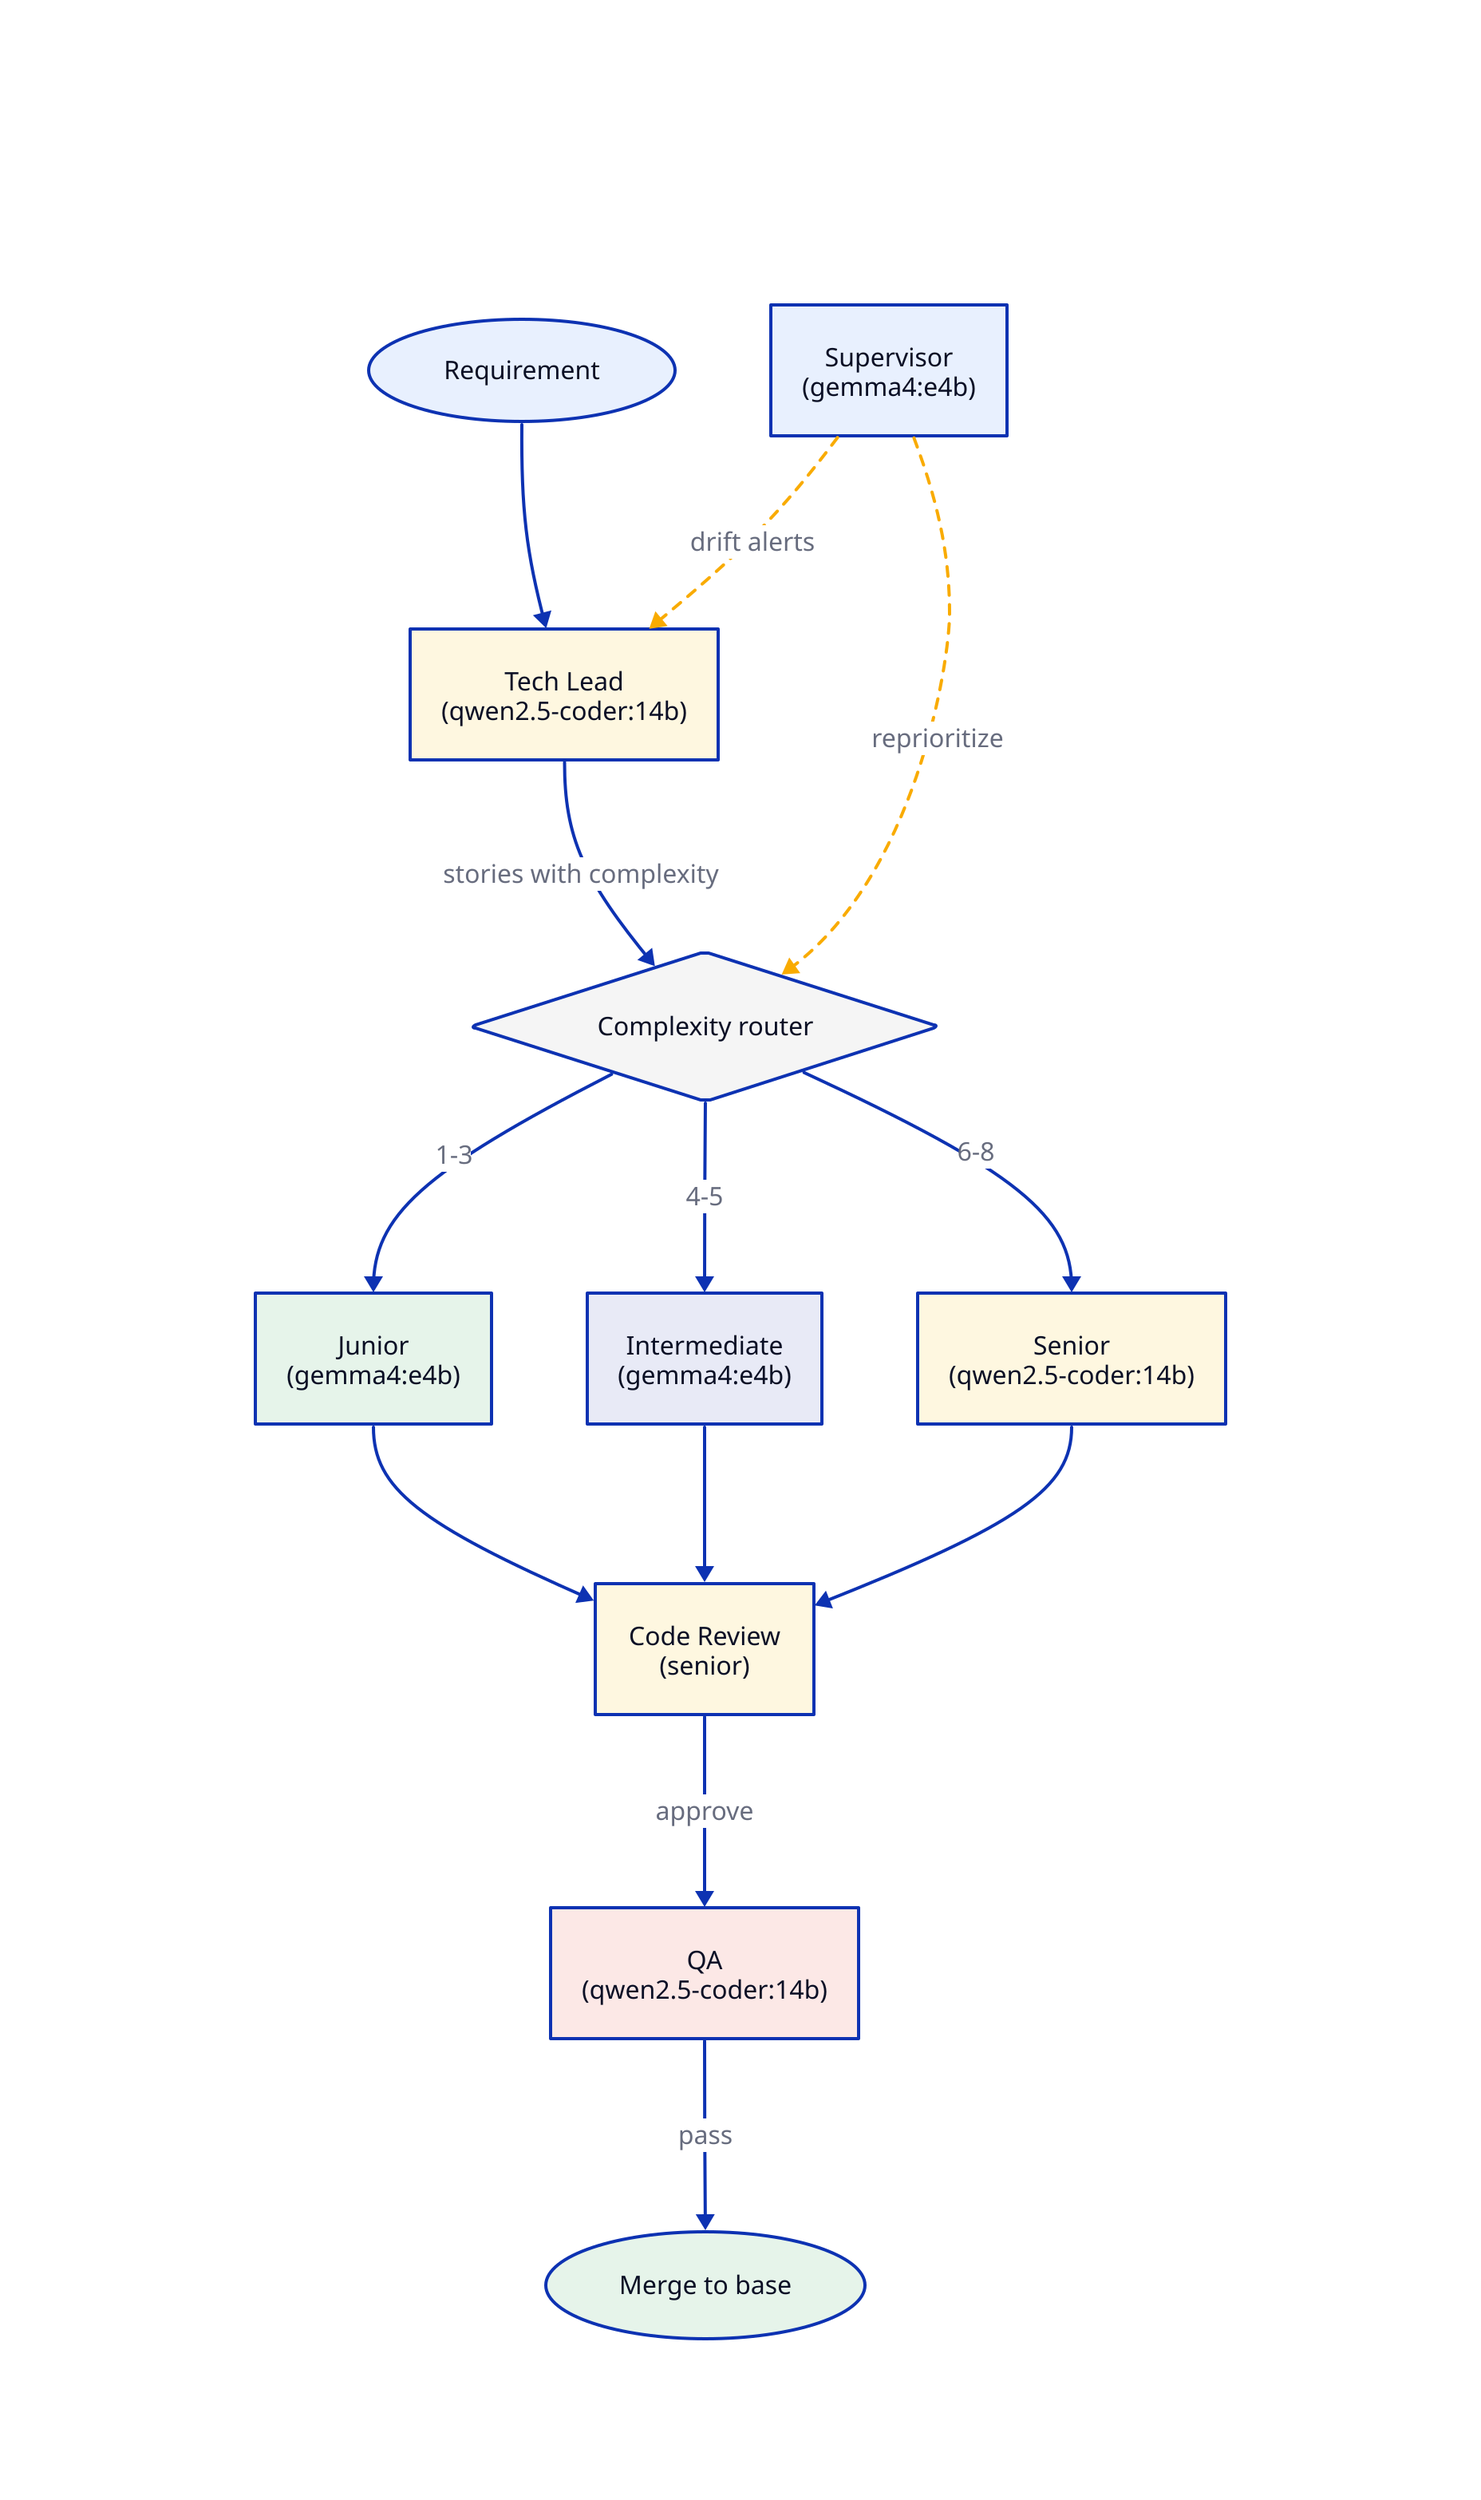
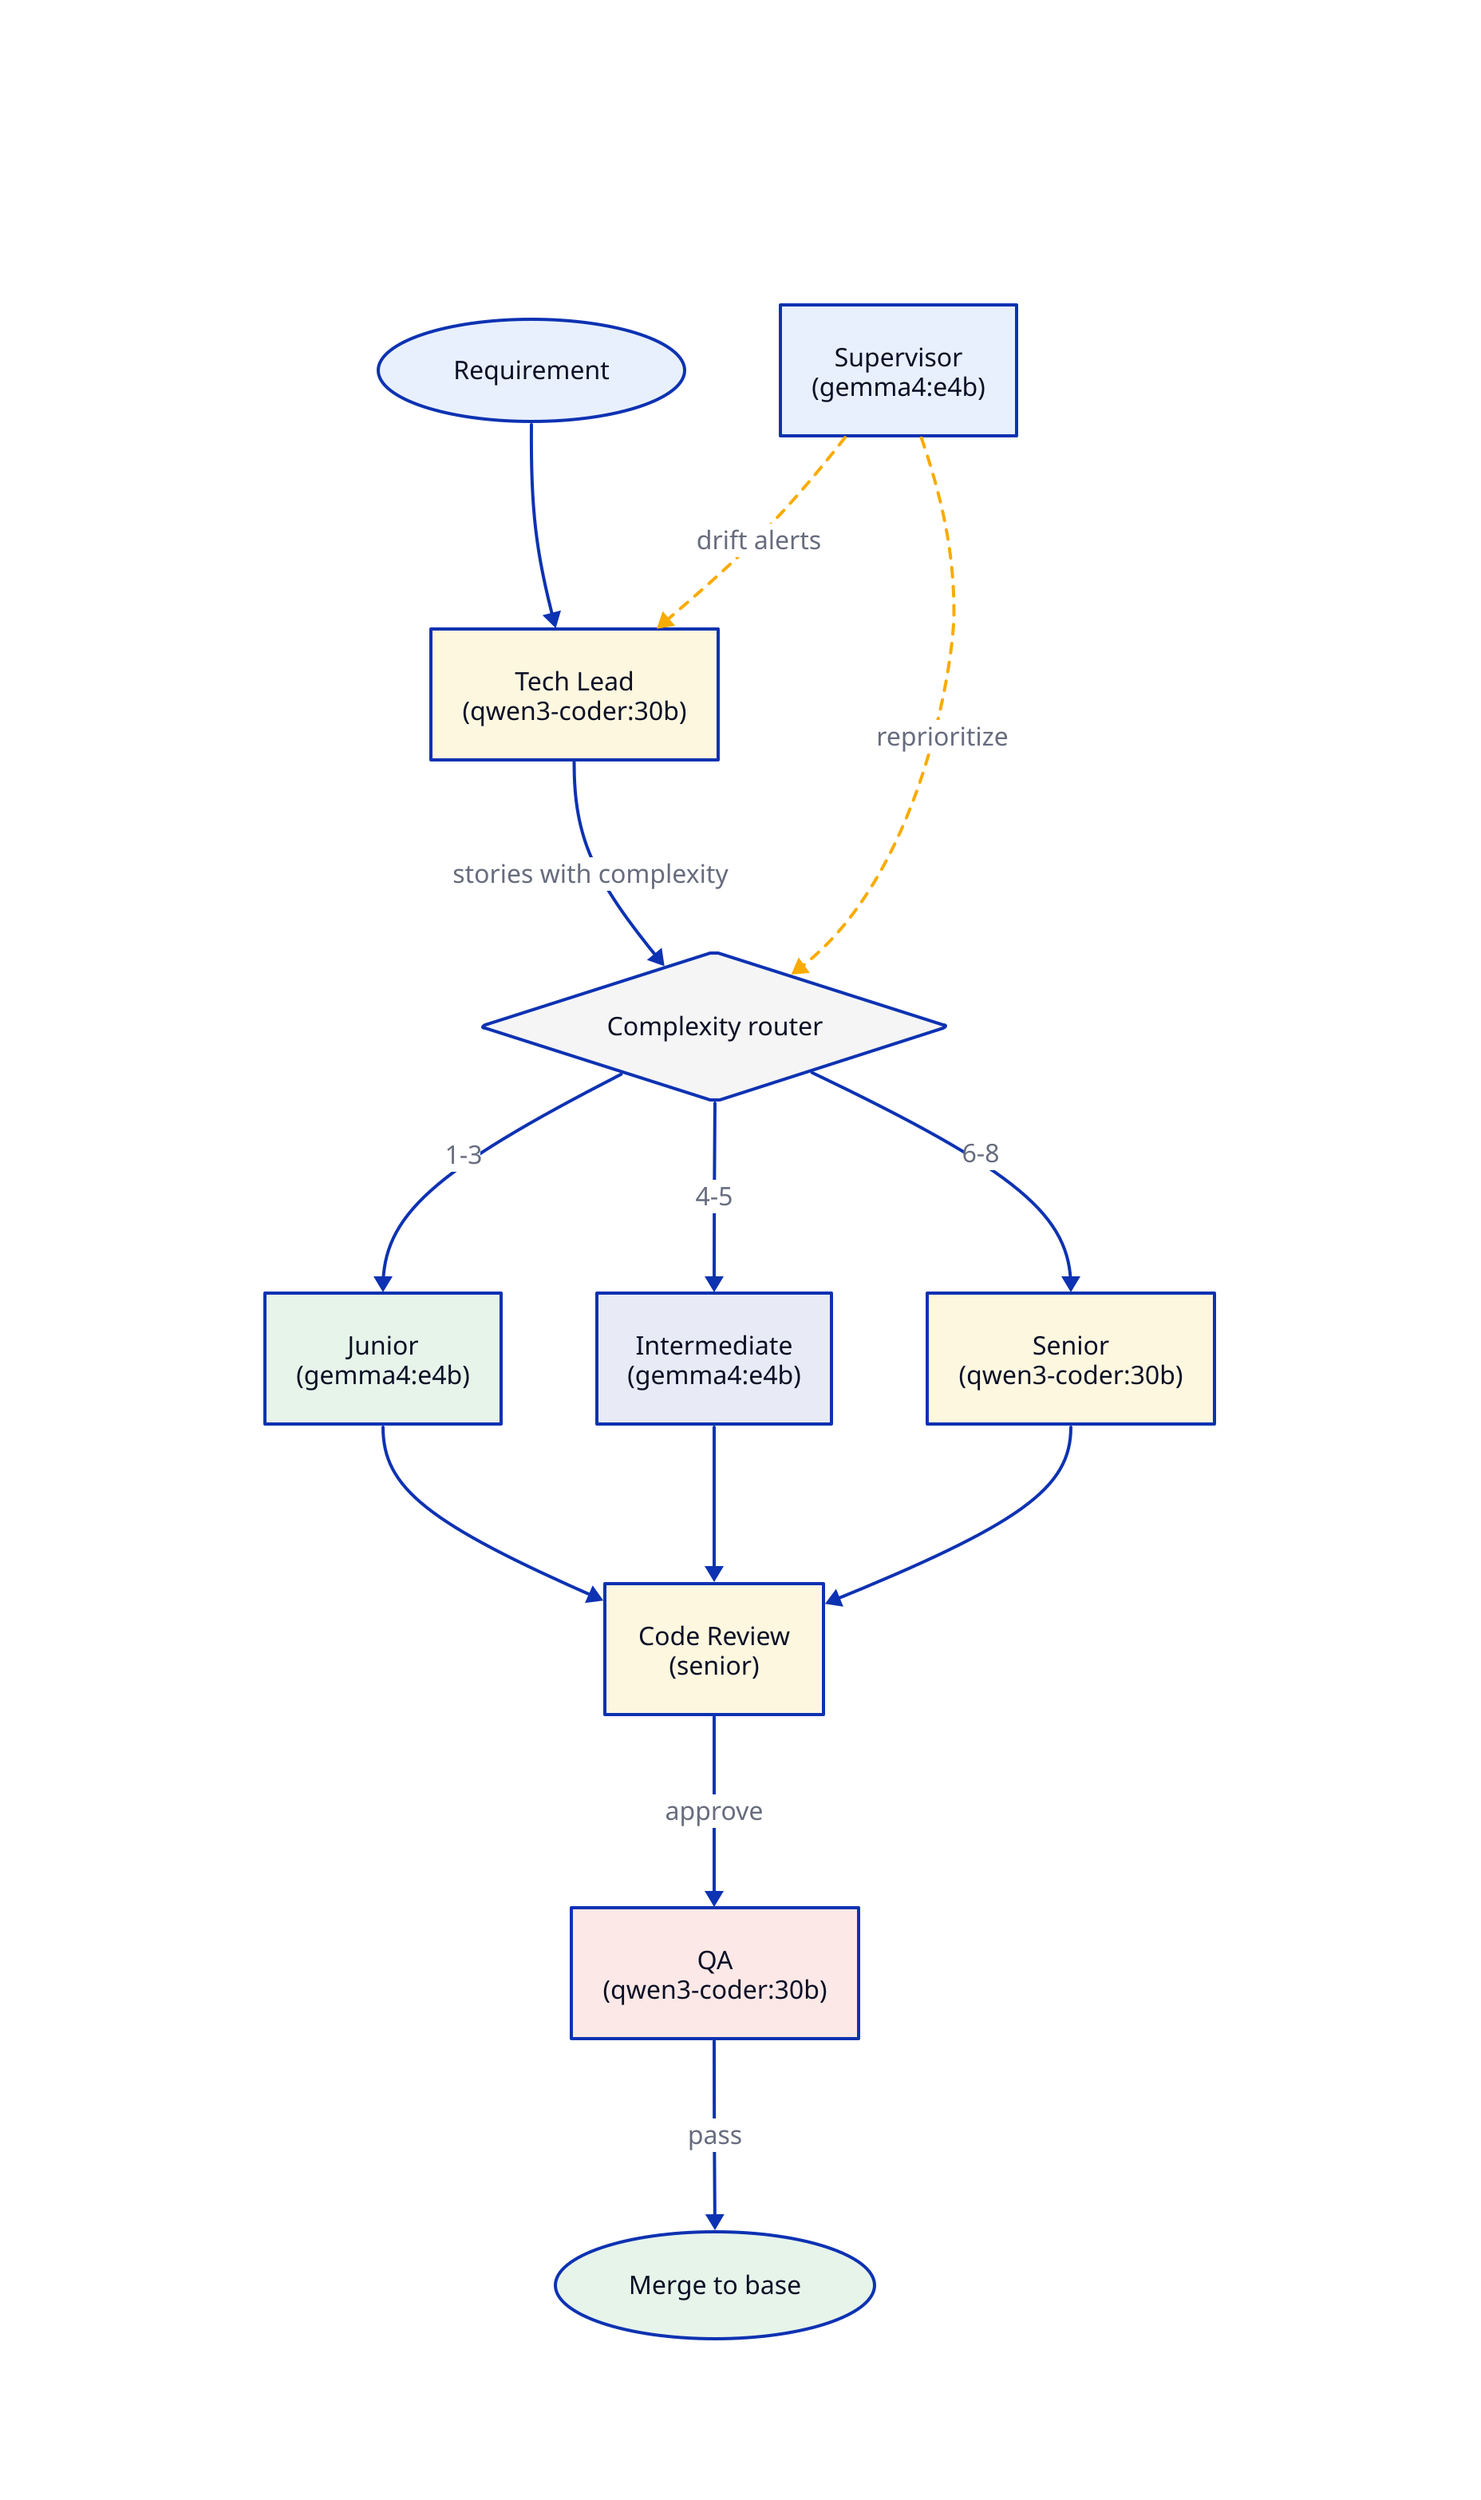
direction: down

title: |md
  # Agent Hierarchy & Complexity Routing
| {near: top-center; style.font-size: 22; style.bold: true}

req: Requirement {
  shape: oval
  style.fill: "#e8f0fe"
}

- tl: Tech Lead\n(qwen2.5-coder:14b) {
+ tl: Tech Lead\n(qwen3-coder:30b) {
  style.fill: "#fef7e0"
  style.stroke-width: 2
  desc: |md
    Decompose
    Score complexity
    Build DAG
  |
}

router: Complexity router {
  shape: diamond
  style.fill: "#f5f5f5"
}

junior: Junior\n(gemma4:e4b) {
  style.fill: "#e6f4ea"
  desc: |md
    Complexity 1-3
    "Trivial tasks"
  |
}

intermediate: Intermediate\n(gemma4:e4b) {
  style.fill: "#e8eaf6"
  desc: |md
    Complexity 4-5
    "Standard features"
  |
}

- senior: Senior\n(qwen2.5-coder:14b) {
+ senior: Senior\n(qwen3-coder:30b) {
  style.fill: "#fef7e0"
  desc: |md
    Complexity 6-8
    + reviews everyone
    Complexity 9-13 →
    decomposes further
  |
}

reviewer: Code Review\n(senior) {
  style.fill: "#fef7e0"
}

- qa: QA\n(qwen2.5-coder:14b) {
+ qa: QA\n(qwen3-coder:30b) {
  style.fill: "#fce8e6"
  desc: |md
    Lint + build + test
    Failure analysis
  |
}

supervisor: Supervisor\n(gemma4:e4b) {
  style.fill: "#e8f0fe"
  desc: |md
    Periodic drift detection
    Reprioritization
    Escalation handling
  |
}

merge: Merge to base {
  shape: oval
  style.fill: "#e6f4ea"
}

req -> tl
tl -> router: stories with complexity
router -> junior: 1-3
router -> intermediate: 4-5
router -> senior: 6-8
junior -> reviewer
intermediate -> reviewer
senior -> reviewer
reviewer -> qa: approve
qa -> merge: pass
supervisor -> tl: drift alerts {style.stroke-dash: 3; style.stroke: "#f9ab00"}
supervisor -> router: reprioritize {style.stroke-dash: 3; style.stroke: "#f9ab00"}
